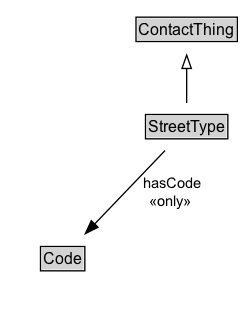
The Graphviz diagram docs/diagrams/StreetType.dot.png in ISO-TC204/ontology-cdm-p2-v1, before a commit. Its source is kept beside it as docs/diagrams/StreetType.dot. Source of this version:
```dot
digraph {
	graph [overlap=false rankdir=TB splines=true]
	node [fontname=Arial fontsize=12 margin=0 shape=none]
	edge [fontname=Arial fontsize=11]
	{
		rank=max
		StreetType [label=<<TABLE BORDER="1" CELLBORDER="0" CELLSPACING="0" CELLPADDING="1"><TR><TD BGCOLOR="lightgray" ALIGN="CENTER" PORT="e">StreetType</TD></TR></TABLE>> URL="../StreetType.md" margin=0]
	}
	subgraph cluster_associated {
		label="" style=invis
		Invis [label=<<TABLE BORDER="0" CELLBORDER="0" CELLSPACING="0" CELLPADDING="1"><TR><TD></TD></TR></TABLE>> margin=0 style=invis]
		Code [label=<<TABLE BORDER="1" CELLBORDER="0" CELLSPACING="0" CELLPADDING="1"><TR><TD BGCOLOR="lightgray" ALIGN="CENTER">Code</TD></TR></TABLE>> URL="../Code.md" margin=0]
	}
	ContactThing [label=<<TABLE BORDER="1" CELLBORDER="0" CELLSPACING="0" CELLPADDING="1"><TR><TD BGCOLOR="lightgray" ALIGN="CENTER">ContactThing</TD></TR></TABLE>> URL="../ContactThing.md" margin=0]
	StreetType -> ContactThing [arrowhead=onormal style=solid]
	StreetType -> Invis [style=invis]
	Invis -> Code [style=invis]
	StreetType -> Code [label=" hasCode
 «only»  " arrowhead=normal style=solid]
}
```
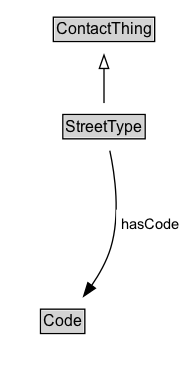
The same file after the commit.

What changed in the source:
```diff
@@ -3,18 +3,21 @@
 	node [fontname=Arial fontsize=12 margin=0 shape=none]
 	edge [fontname=Arial fontsize=11]
 	{
+		rank=source
+		ContactThing [label=<<TABLE BORDER="1" CELLBORDER="0" CELLSPACING="0" CELLPADDING="1"><TR><TD BGCOLOR="lightgray" ALIGN="CENTER">ContactThing</TD></TR></TABLE>> URL="../ContactThing" margin=0]
+	}
+	StreetType [label=<<TABLE BORDER="1" CELLBORDER="0" CELLSPACING="0" CELLPADDING="1"><TR><TD BGCOLOR="lightgray" ALIGN="CENTER">StreetType</TD></TR></TABLE>> URL="../StreetType" margin=0]
+	{
 		rank=max
-		StreetType [label=<<TABLE BORDER="1" CELLBORDER="0" CELLSPACING="0" CELLPADDING="1"><TR><TD BGCOLOR="lightgray" ALIGN="CENTER" PORT="e">StreetType</TD></TR></TABLE>> URL="../StreetType.md" margin=0]
 	}
 	subgraph cluster_associated {
 		label="" style=invis
 		Invis [label=<<TABLE BORDER="0" CELLBORDER="0" CELLSPACING="0" CELLPADDING="1"><TR><TD></TD></TR></TABLE>> margin=0 style=invis]
-		Code [label=<<TABLE BORDER="1" CELLBORDER="0" CELLSPACING="0" CELLPADDING="1"><TR><TD BGCOLOR="lightgray" ALIGN="CENTER">Code</TD></TR></TABLE>> URL="../Code.md" margin=0]
+		Code [label=<<TABLE BORDER="1" CELLBORDER="0" CELLSPACING="0" CELLPADDING="1"><TR><TD BGCOLOR="lightgray" ALIGN="CENTER">Code</TD></TR></TABLE>> URL="../Code" margin=0]
 	}
-	ContactThing [label=<<TABLE BORDER="1" CELLBORDER="0" CELLSPACING="0" CELLPADDING="1"><TR><TD BGCOLOR="lightgray" ALIGN="CENTER">ContactThing</TD></TR></TABLE>> URL="../ContactThing.md" margin=0]
 	StreetType -> ContactThing [arrowhead=onormal style=solid]
 	StreetType -> Invis [style=invis]
 	Invis -> Code [style=invis]
-	StreetType -> Code [label=" hasCode
- «only»  " arrowhead=normal style=solid]
+	Code [label=<<TABLE BORDER="1" CELLBORDER="0" CELLSPACING="0" CELLPADDING="1"><TR><TD BGCOLOR="lightgray" ALIGN="CENTER">Code</TD></TR></TABLE>> URL="../Code" margin=0]
+	StreetType -> Code [label=<<TABLE BORDER="0" CELLBORDER="0" CELLSPACING="0" CELLPADDING="4" BGCOLOR="white"><TR><TD ALIGN="CENTER">hasCode</TD></TR></TABLE>> arrowhead=normal style=solid]
 }
```
